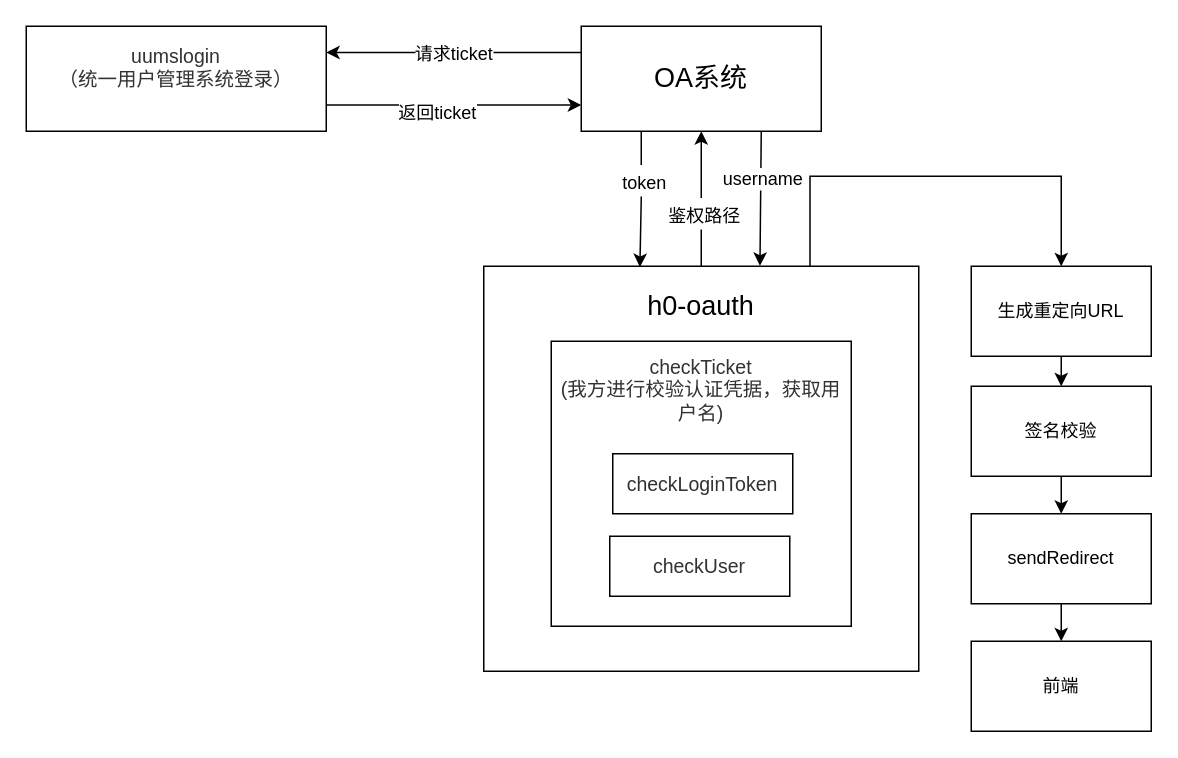
Alpha-chatbot/pic keeps this draw.io diagram as OA.drawio. Above is the earlier version. Source tidied: cells renumbered, new cells numbered last; positions are measured from the earlier drawing's top-left corner, leaving out a move shared by most shapes. Both pictures are drawn from the tidied source at 150%, with x=0, y=0 at pixel (26, 26).
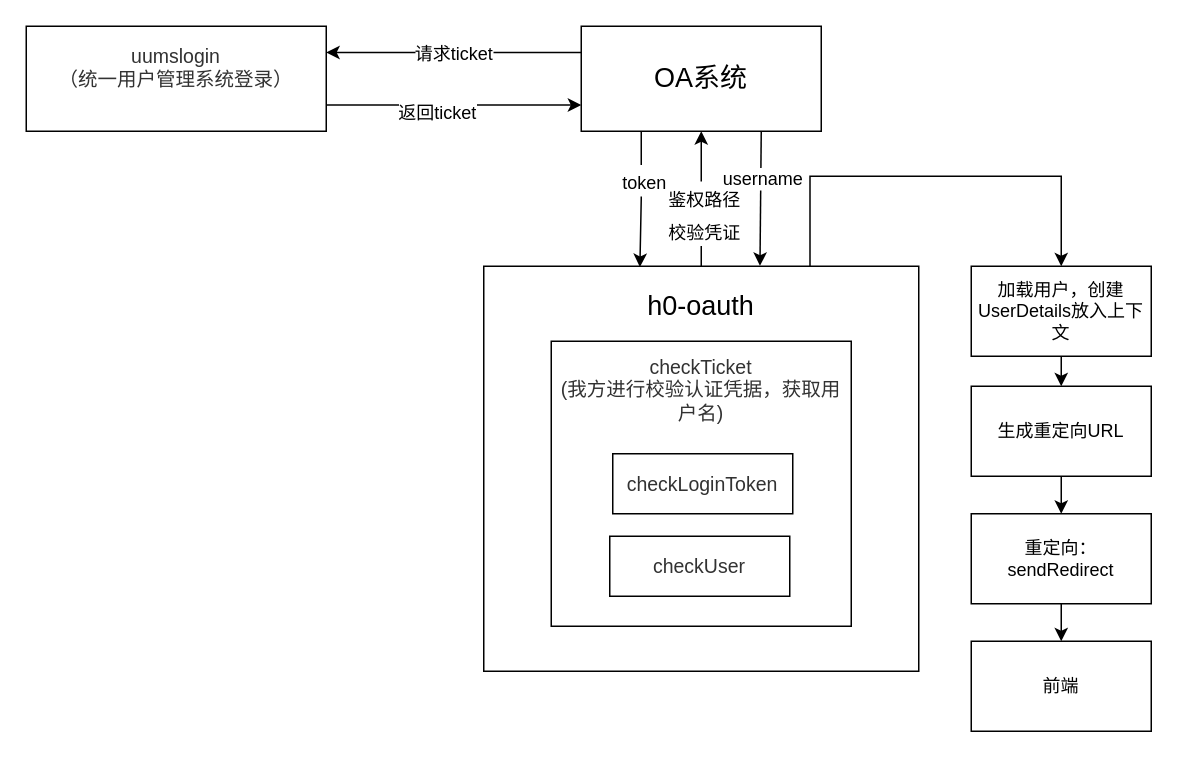
The same page after the edit.

The change refers to these unchanged cells:
```xml
<mxCell id="2" style="edgeStyle=orthogonalEdgeStyle;rounded=0;jettySize=auto;html=1;exitX=0.5;exitY=0;exitDx=0;exitDy=0;entryX=0.5;entryY=1;entryDx=0;entryDy=0;fontSize=18;" parent="1" edge="1" source="5" target="17">
  <mxGeometry relative="1" as="geometry">
    <Array as="points">
      <mxPoint x="450" y="110" />
      <mxPoint x="450" y="110" />
    </Array>
  </mxGeometry>
</mxCell>
```

The edit, as a diff of the source:
```diff
@@
-    <mxCell id="3" value="&lt;font style=&quot;font-size: 12px;&quot;&gt;鉴权路径&lt;/font&gt;" style="edgeLabel;html=1;align=center;verticalAlign=middle;fontSize=18;" parent="2" vertex="1">
+    <mxCell id="3" value="&lt;font style=&quot;font-size: 12px;&quot;&gt;鉴权路径&lt;br&gt;校验凭证&lt;br&gt;&lt;/font&gt;" style="edgeLabel;html=1;align=center;verticalAlign=middle;fontSize=18;" parent="2" vertex="1">
       <mxGeometry x="-0.21" y="-1" relative="1" as="geometry" />
     </mxCell>
@@
-    <mxCell id="19" value="签名校验" style="rounded=0;whiteSpace=wrap;html=1;fontSize=12;" parent="1" vertex="1">
+    <mxCell id="19" value="生成重定向URL" style="rounded=0;whiteSpace=wrap;html=1;fontSize=12;" parent="1" vertex="1">
       <mxGeometry x="630" y="240" width="120" height="60" as="geometry" />
     </mxCell>
@@
-    <mxCell id="21" value="生成重定向URL" style="rounded=0;whiteSpace=wrap;html=1;fontSize=12;" parent="1" vertex="1">
+    <mxCell id="21" value="加载用户，创建UserDetails放入上下文" style="rounded=0;whiteSpace=wrap;html=1;fontSize=12;" parent="1" vertex="1">
       <mxGeometry x="630" y="160" width="120" height="60" as="geometry" />
     </mxCell>
@@
-    <mxCell id="23" value="sendRedirect" style="rounded=0;whiteSpace=wrap;html=1;fontSize=12;" parent="1" vertex="1">
+    <mxCell id="23" value="重定向：sendRedirect" style="rounded=0;whiteSpace=wrap;html=1;fontSize=12;" parent="1" vertex="1">
       <mxGeometry x="630" y="325" width="120" height="60" as="geometry" />
     </mxCell>
```
